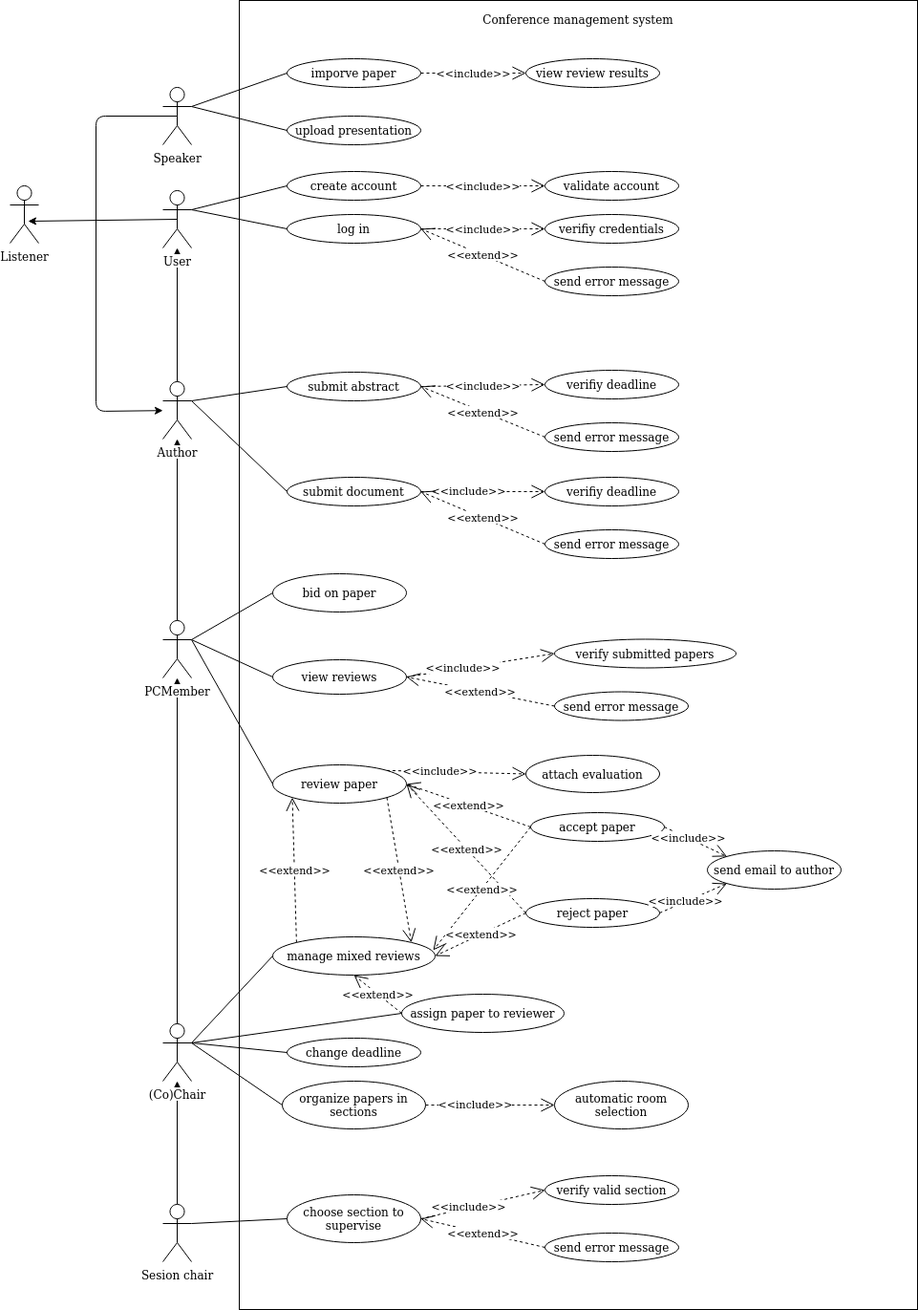
Earlier version of the draw.io export analysis model/functional model/useCaseDiagram.png (BackendBoys-ISS/issrepo). Source tidied: cells renumbered, new cells last; positions are measured from the earlier drawing's top-left corner, leaving out a move shared by most shapes.
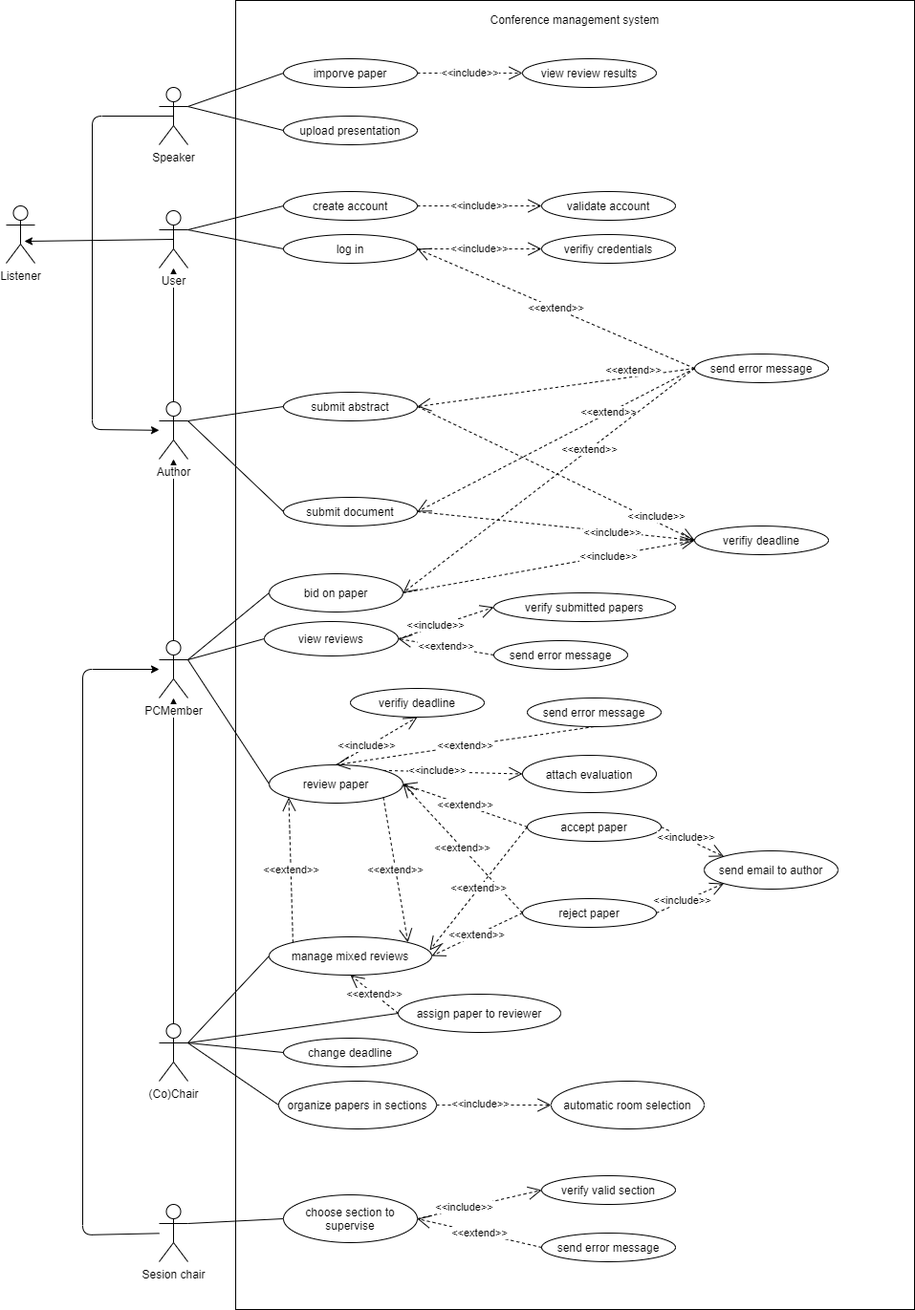
After the commit.

Diff of the diagram source:
```diff
@@ -2,8 +2,14 @@
   <root>
     <mxCell id="0" />
     <mxCell id="1" parent="0" />
-    <mxCell id="2" style="endArrow=classic;html=1;exitX=0.5;exitY=0;exitDx=0;exitDy=0;exitPerimeter=0;" parent="1" edge="1" source="35" target="10">
-      <mxGeometry relative="1" as="geometry" />
+    <mxCell id="2" style="endArrow=classic;html=1;" parent="1" edge="1" source="35">
+      <mxGeometry relative="1" as="geometry">
+        <mxPoint x="160" y="700" as="targetPoint" />
+        <Array as="points">
+          <mxPoint x="80" y="1292" />
+          <mxPoint x="80" y="700" />
+        </Array>
+      </mxGeometry>
     </mxCell>
     <mxCell id="3" style="endArrow=classic;html=1;exitX=0.5;exitY=0;exitDx=0;exitDy=0;exitPerimeter=0;" parent="1" edge="1" source="8" target="6">
       <mxGeometry relative="1" as="geometry" />
@@ -41,11 +47,8 @@
     <mxCell id="14" value="validate account" style="ellipse;whiteSpace=wrap;html=1;" parent="1" vertex="1">
       <mxGeometry x="560" y="200" width="140" height="30" as="geometry" />
     </mxCell>
-    <mxCell id="15" value="send error message" style="ellipse;whiteSpace=wrap;html=1;" parent="1" vertex="1">
-      <mxGeometry x="560" y="300" width="140" height="30" as="geometry" />
-    </mxCell>
     <mxCell id="16" value="Listener" style="shape=umlActor;verticalLabelPosition=bottom;labelBackgroundColor=#ffffff;verticalAlign=top;html=1;" parent="1" vertex="1">
-      <mxGeometry y="194" width="30" height="60" as="geometry" />
+      <mxGeometry y="215" width="30" height="60" as="geometry" />
     </mxCell>
     <mxCell id="17" style="endArrow=none;html=1;entryX=0;entryY=0.5;entryDx=0;entryDy=0;exitX=1;exitY=0.3333333333333333;exitDx=0;exitDy=0;exitPerimeter=0;" parent="1" edge="1" source="6" target="11">
       <mxGeometry relative="1" as="geometry" />
@@ -59,7 +62,7 @@
     <mxCell id="20" value="&amp;lt;&amp;lt;include&amp;gt;&amp;gt;" style="endArrow=open;endSize=12;dashed=1;html=1;entryX=0;entryY=0.5;entryDx=0;entryDy=0;exitX=1;exitY=0.5;exitDx=0;exitDy=0;" parent="1" edge="1" source="12" target="13">
       <mxGeometry relative="1" as="geometry" />
     </mxCell>
-    <mxCell id="21" value="&amp;lt;&amp;lt;extend&amp;gt;&amp;gt;" style="endArrow=open;endSize=12;dashed=1;html=1;entryX=1;entryY=0.5;entryDx=0;entryDy=0;exitX=0;exitY=0.5;exitDx=0;exitDy=0;" parent="1" edge="1" source="15" target="12">
+    <mxCell id="21" value="&amp;lt;&amp;lt;extend&amp;gt;&amp;gt;" style="endArrow=open;endSize=12;dashed=1;html=1;entryX=1;entryY=0.5;entryDx=0;entryDy=0;exitX=0;exitY=0.5;exitDx=0;exitDy=0;" parent="1" edge="1" source="37" target="12">
       <mxGeometry relative="1" as="geometry" />
     </mxCell>
     <mxCell id="22" style="endArrow=classic;html=1;entryX=0.633;entryY=0.617;entryDx=0;entryDy=0;entryPerimeter=0;exitX=0.5;exitY=0.5;exitDx=0;exitDy=0;exitPerimeter=0;" parent="1" edge="1" source="6" target="16">
@@ -72,7 +75,7 @@
       <mxGeometry relative="1" as="geometry">
         <Array as="points">
           <mxPoint x="90" y="121" />
-          <mxPoint x="90" y="430" />
+          <mxPoint x="90" y="449" />
         </Array>
       </mxGeometry>
     </mxCell>
@@ -110,28 +113,22 @@
       <mxGeometry x="160" y="1260" width="30" height="60" as="geometry" />
     </mxCell>
     <mxCell id="36" value="verifiy deadline" style="ellipse;whiteSpace=wrap;html=1;" parent="1" vertex="1">
-      <mxGeometry x="560" y="408" width="140" height="30" as="geometry" />
+      <mxGeometry x="720" y="550" width="140" height="30" as="geometry" />
     </mxCell>
     <mxCell id="37" value="send error message" style="ellipse;whiteSpace=wrap;html=1;" parent="1" vertex="1">
-      <mxGeometry x="560" y="463" width="140" height="30" as="geometry" />
+      <mxGeometry x="720" y="370" width="140" height="30" as="geometry" />
     </mxCell>
     <mxCell id="38" value="&amp;lt;&amp;lt;include&amp;gt;&amp;gt;" style="endArrow=open;endSize=12;dashed=1;html=1;entryX=0;entryY=0.5;entryDx=0;entryDy=0;exitX=1;exitY=0.5;exitDx=0;exitDy=0;" parent="1" edge="1" source="31" target="36">
-      <mxGeometry relative="1" as="geometry" />
+      <mxGeometry x="0.71" y="5" relative="1" as="geometry" />
     </mxCell>
     <mxCell id="39" value="&amp;lt;&amp;lt;extend&amp;gt;&amp;gt;" style="endArrow=open;endSize=12;dashed=1;html=1;entryX=1;entryY=0.5;entryDx=0;entryDy=0;exitX=0;exitY=0.5;exitDx=0;exitDy=0;" parent="1" edge="1" source="37" target="31">
-      <mxGeometry relative="1" as="geometry" />
+      <mxGeometry x="-0.56" y="-7" relative="1" as="geometry" />
     </mxCell>
-    <mxCell id="40" value="verifiy deadline" style="ellipse;whiteSpace=wrap;html=1;" parent="1" vertex="1">
-      <mxGeometry x="560" y="520" width="140" height="30" as="geometry" />
-    </mxCell>
-    <mxCell id="41" value="send error message" style="ellipse;whiteSpace=wrap;html=1;" parent="1" vertex="1">
-      <mxGeometry x="560" y="575" width="140" height="30" as="geometry" />
-    </mxCell>
-    <mxCell id="42" value="&amp;lt;&amp;lt;include&amp;gt;&amp;gt;" style="endArrow=open;endSize=12;dashed=1;html=1;entryX=0;entryY=0.5;entryDx=0;entryDy=0;exitX=1;exitY=0.5;exitDx=0;exitDy=0;" parent="1" edge="1" source="32" target="40">
-      <mxGeometry x="-0.23" y="1" relative="1" as="geometry" />
+    <mxCell id="42" value="&amp;lt;&amp;lt;include&amp;gt;&amp;gt;" style="endArrow=open;endSize=12;dashed=1;html=1;exitX=1;exitY=0.5;exitDx=0;exitDy=0;entryX=0;entryY=0.5;entryDx=0;entryDy=0;" parent="1" edge="1" source="32" target="36">
+      <mxGeometry x="0.41" y="-1" relative="1" as="geometry" />
     </mxCell>
-    <mxCell id="43" value="&amp;lt;&amp;lt;extend&amp;gt;&amp;gt;" style="endArrow=open;endSize=12;dashed=1;html=1;entryX=1;entryY=0.5;entryDx=0;entryDy=0;exitX=0;exitY=0.5;exitDx=0;exitDy=0;" parent="1" edge="1" source="41" target="32">
-      <mxGeometry relative="1" as="geometry" />
+    <mxCell id="43" value="&amp;lt;&amp;lt;extend&amp;gt;&amp;gt;" style="endArrow=open;endSize=12;dashed=1;html=1;entryX=1;entryY=0.5;entryDx=0;entryDy=0;exitX=0;exitY=0.5;exitDx=0;exitDy=0;" parent="1" edge="1" source="37" target="32">
+      <mxGeometry x="-0.38" y="-1" relative="1" as="geometry" />
     </mxCell>
     <mxCell id="44" value="bid on paper" style="ellipse;whiteSpace=wrap;html=1;" parent="1" vertex="1">
       <mxGeometry x="275" y="600" width="140" height="40" as="geometry" />
@@ -206,19 +203,19 @@
       <mxGeometry x="-0.23" y="1" relative="1" as="geometry" />
     </mxCell>
     <mxCell id="68" value="view reviews" style="ellipse;whiteSpace=wrap;html=1;" parent="1" vertex="1">
-      <mxGeometry x="275" y="690" width="140" height="36" as="geometry" />
+      <mxGeometry x="270" y="650" width="140" height="36" as="geometry" />
     </mxCell>
     <mxCell id="69" style="endArrow=none;html=1;entryX=0;entryY=0.5;entryDx=0;entryDy=0;exitX=1;exitY=0.3333333333333333;exitDx=0;exitDy=0;exitPerimeter=0;" parent="1" edge="1" source="9" target="68">
       <mxGeometry relative="1" as="geometry" />
     </mxCell>
     <mxCell id="70" value="organize papers in sections" style="ellipse;whiteSpace=wrap;html=1;" parent="1" vertex="1">
-      <mxGeometry x="285" y="1131" width="150" height="50" as="geometry" />
+      <mxGeometry x="285" y="1131" width="165" height="50" as="geometry" />
     </mxCell>
     <mxCell id="71" style="endArrow=none;html=1;exitX=0;exitY=0.5;exitDx=0;exitDy=0;entryX=1;entryY=0.3333333333333333;entryDx=0;entryDy=0;entryPerimeter=0;" parent="1" edge="1" source="70" target="10">
       <mxGeometry relative="1" as="geometry" />
     </mxCell>
     <mxCell id="72" value="automatic room selection" style="ellipse;whiteSpace=wrap;html=1;" parent="1" vertex="1">
-      <mxGeometry x="570" y="1131" width="140" height="50" as="geometry" />
+      <mxGeometry x="570" y="1131" width="160" height="50" as="geometry" />
     </mxCell>
     <mxCell id="73" value="&amp;lt;&amp;lt;include&amp;gt;&amp;gt;" style="endArrow=open;endSize=12;dashed=1;html=1;entryX=0;entryY=0.5;entryDx=0;entryDy=0;exitX=1;exitY=0.5;exitDx=0;exitDy=0;" parent="1" edge="1" source="70" target="72">
       <mxGeometry x="-0.23" y="1" relative="1" as="geometry" />
@@ -245,10 +242,10 @@
       <mxGeometry x="480" y="10" width="230" height="20" as="geometry" />
     </mxCell>
     <mxCell id="81" value="verify submitted papers" style="ellipse;whiteSpace=wrap;html=1;" parent="1" vertex="1">
-      <mxGeometry x="570" y="668.5" width="190" height="30" as="geometry" />
+      <mxGeometry x="510" y="620" width="190" height="30" as="geometry" />
     </mxCell>
     <mxCell id="82" value="send error message" style="ellipse;whiteSpace=wrap;html=1;" parent="1" vertex="1">
-      <mxGeometry x="570" y="723.5" width="140" height="30" as="geometry" />
+      <mxGeometry x="510" y="670" width="140" height="30" as="geometry" />
     </mxCell>
     <mxCell id="83" value="&amp;lt;&amp;lt;include&amp;gt;&amp;gt;" style="endArrow=open;endSize=12;dashed=1;html=1;entryX=0;entryY=0.5;entryDx=0;entryDy=0;exitX=1;exitY=0.5;exitDx=0;exitDy=0;" parent="1" edge="1" source="68" target="81">
       <mxGeometry x="-0.23" y="1" relative="1" as="geometry" />
@@ -256,5 +253,23 @@
     <mxCell id="84" value="&amp;lt;&amp;lt;extend&amp;gt;&amp;gt;" style="endArrow=open;endSize=12;dashed=1;html=1;entryX=1;entryY=0.5;entryDx=0;entryDy=0;exitX=0;exitY=0.5;exitDx=0;exitDy=0;" parent="1" edge="1" source="82" target="68">
       <mxGeometry relative="1" as="geometry" />
     </mxCell>
+    <mxCell id="85" value="&amp;lt;&amp;lt;include&amp;gt;&amp;gt;" style="endArrow=open;endSize=12;dashed=1;html=1;exitX=1;exitY=0.5;exitDx=0;exitDy=0;entryX=0;entryY=0.5;entryDx=0;entryDy=0;" parent="1" edge="1" source="44" target="36">
+      <mxGeometry x="0.41" y="-1" relative="1" as="geometry" />
+    </mxCell>
+    <mxCell id="86" value="&amp;lt;&amp;lt;extend&amp;gt;&amp;gt;" style="endArrow=open;endSize=12;dashed=1;html=1;entryX=1;entryY=0.5;entryDx=0;entryDy=0;exitX=0;exitY=0.5;exitDx=0;exitDy=0;" parent="1" edge="1" source="37" target="44">
+      <mxGeometry x="-0.28" relative="1" as="geometry" />
+    </mxCell>
+    <mxCell id="40" value="verifiy deadline" style="ellipse;whiteSpace=wrap;html=1;" parent="1" vertex="1">
+      <mxGeometry x="360" y="720" width="140" height="30" as="geometry" />
+    </mxCell>
+    <mxCell id="87" value="send error message" style="ellipse;whiteSpace=wrap;html=1;" parent="1" vertex="1">
+      <mxGeometry x="545" y="730" width="140" height="30" as="geometry" />
+    </mxCell>
+    <mxCell id="88" value="&amp;lt;&amp;lt;include&amp;gt;&amp;gt;" style="endArrow=open;endSize=12;dashed=1;html=1;entryX=0.5;entryY=1;entryDx=0;entryDy=0;exitX=0.5;exitY=0;exitDx=0;exitDy=0;" parent="1" edge="1" source="45" target="40">
+      <mxGeometry x="-0.23" y="1" relative="1" as="geometry" />
+    </mxCell>
+    <mxCell id="89" value="&amp;lt;&amp;lt;extend&amp;gt;&amp;gt;" style="endArrow=open;endSize=12;dashed=1;html=1;entryX=0.5;entryY=0;entryDx=0;entryDy=0;exitX=0.5;exitY=1;exitDx=0;exitDy=0;" parent="1" edge="1" source="87" target="45">
+      <mxGeometry relative="1" as="geometry" />
+    </mxCell>
   </root>
 </mxGraphModel>
```
